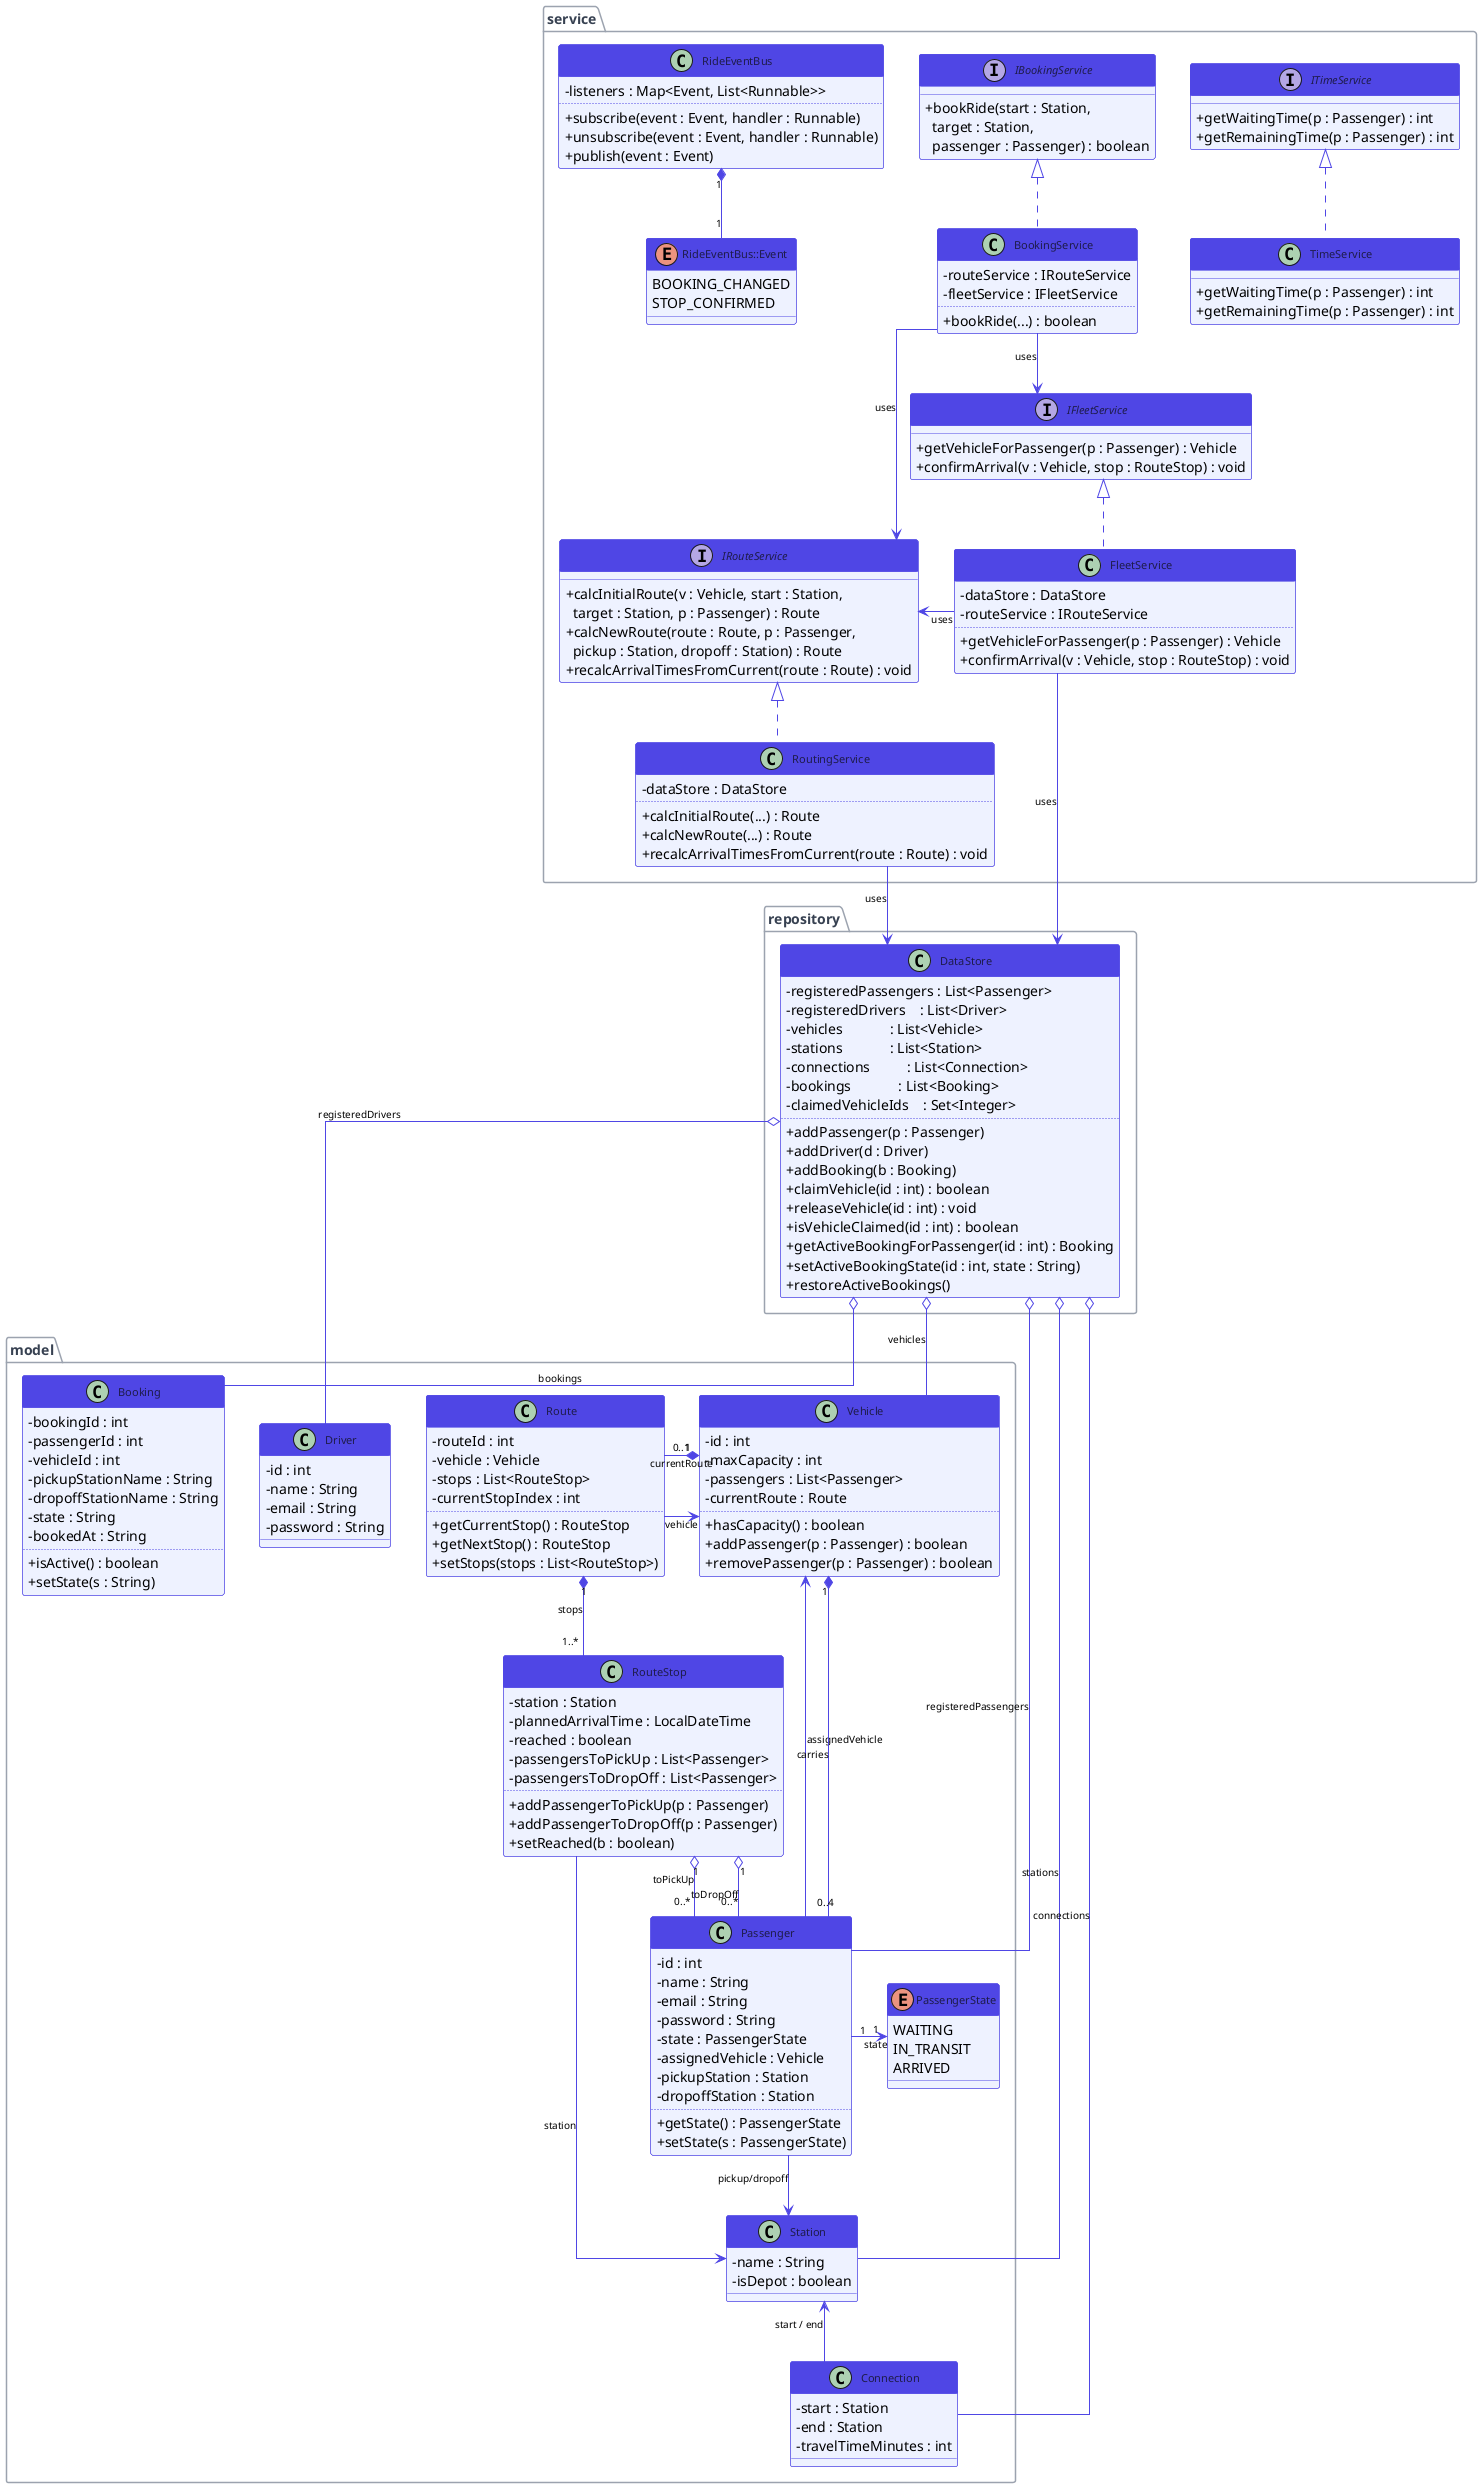
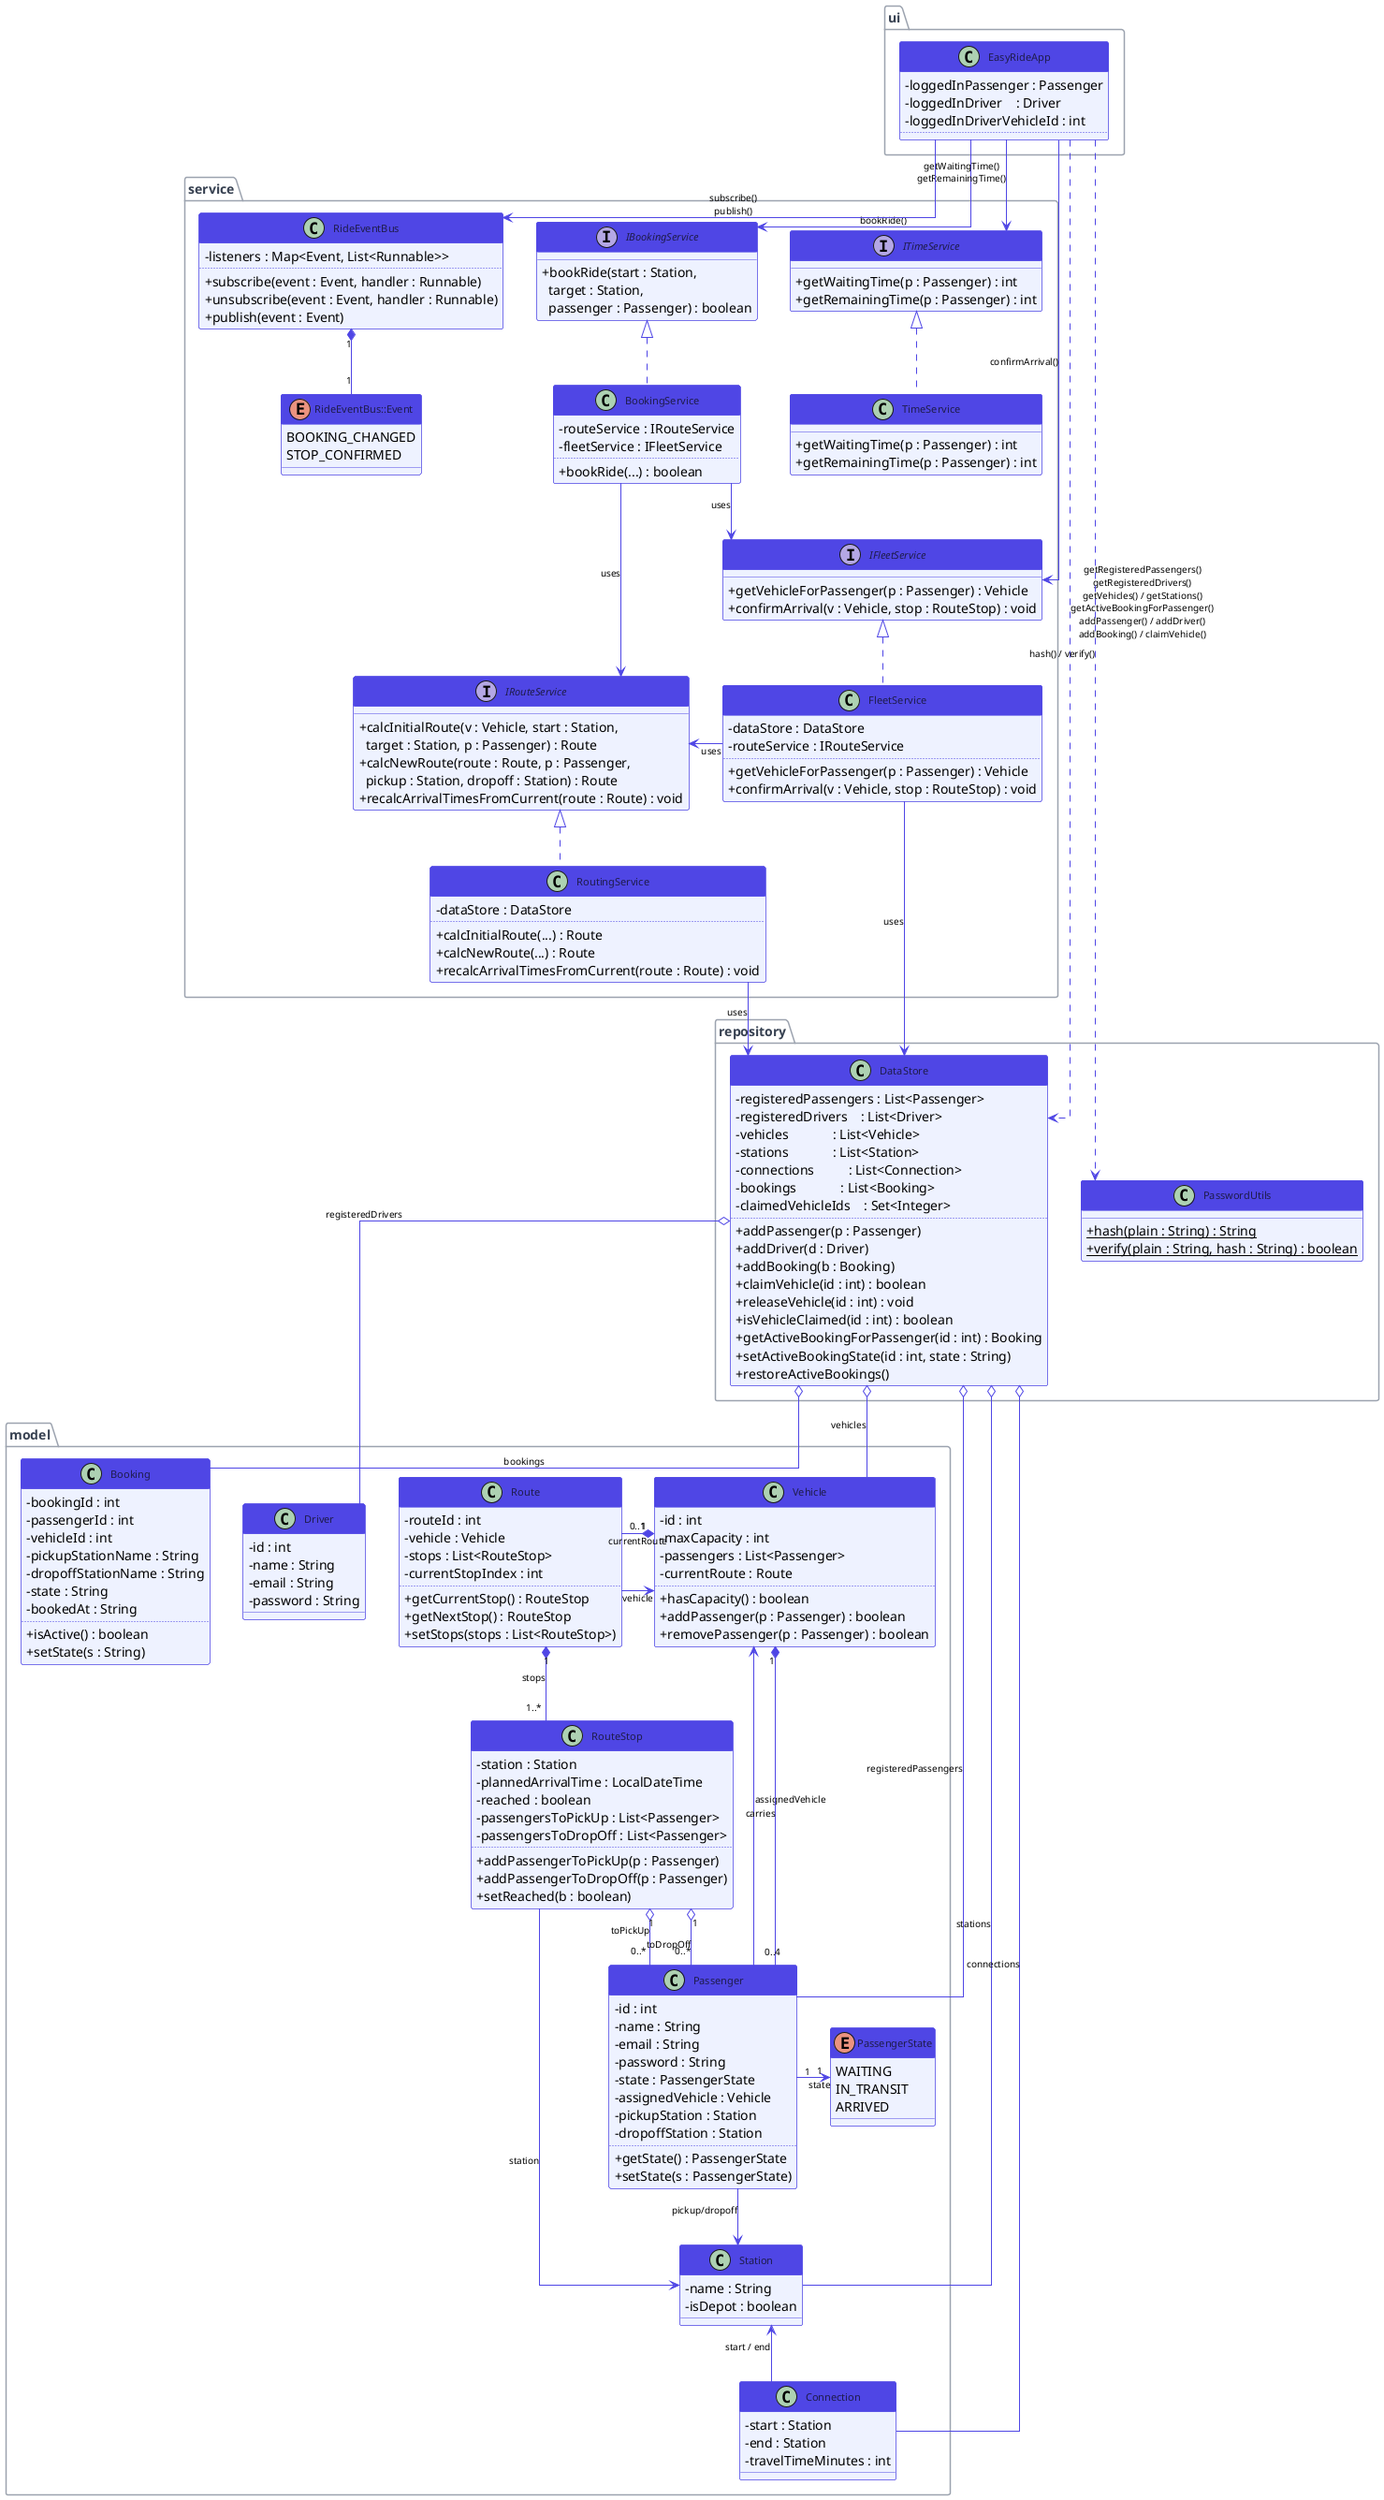
@startuml EasyRide_Klassendiagramm

skinparam classAttributeIconSize 0
skinparam shadowing false
skinparam linetype ortho
skinparam class {
    BackgroundColor #EEF2FF
    BorderColor     #4F46E5
    FontSize        11
    FontName        "Segoe UI"
    HeaderBackgroundColor #4F46E5
    FontColor       #1E1B4B
    HeaderFontColor white
}
skinparam interface {
    BackgroundColor #D1FAE5
    BorderColor     #059669
    HeaderBackgroundColor #059669
    HeaderFontColor white
}
skinparam enum {
    BackgroundColor #FEF3C7
    BorderColor     #B45309
    HeaderBackgroundColor #B45309
    HeaderFontColor white
}
skinparam package {
    BackgroundColor #FFFFFF
    BorderColor     #9CA3AF
    FontColor       #374151
    FontStyle       bold
}
skinparam arrow {
    Color #4F46E5
    FontSize 10
}

' ╔══════════════════════════════════════════════════╗
' ║  PAKET: model                                     ║
' ╚══════════════════════════════════════════════════╝
package "model" {

    enum PassengerState {
        WAITING
        IN_TRANSIT
        ARRIVED
    }

    class Passenger {
        - id : int
        - name : String
        - email : String
        - password : String
        - state : PassengerState
        - assignedVehicle : Vehicle
        - pickupStation : Station
        - dropoffStation : Station
        ..
        + getState() : PassengerState
        + setState(s : PassengerState)
    }

    class Driver {
        - id : int
        - name : String
        - email : String
        - password : String
    }

    class Vehicle {
        - id : int
        - maxCapacity : int
        - passengers : List<Passenger>
        - currentRoute : Route
        ..
        + hasCapacity() : boolean
        + addPassenger(p : Passenger) : boolean
        + removePassenger(p : Passenger) : boolean
    }

    class Station {
        - name : String
        - isDepot : boolean
    }

    class Connection {
        - start : Station
        - end : Station
        - travelTimeMinutes : int
    }

    class Route {
        - routeId : int
        - vehicle : Vehicle
        - stops : List<RouteStop>
        - currentStopIndex : int
        ..
        + getCurrentStop() : RouteStop
        + getNextStop() : RouteStop
        + setStops(stops : List<RouteStop>)
    }

    class RouteStop {
        - station : Station
        - plannedArrivalTime : LocalDateTime
        - reached : boolean
        - passengersToPickUp : List<Passenger>
        - passengersToDropOff : List<Passenger>
        ..
        + addPassengerToPickUp(p : Passenger)
        + addPassengerToDropOff(p : Passenger)
        + setReached(b : boolean)
    }

    class Booking {
        - bookingId : int
        - passengerId : int
        - vehicleId : int
        - pickupStationName : String
        - dropoffStationName : String
        - state : String
        - bookedAt : String
        ..
        + isActive() : boolean
        + setState(s : String)
    }
}

' ╔══════════════════════════════════════════════════╗
' ║  PAKET: service                                   ║
' ╚══════════════════════════════════════════════════╝
package "service" {

    interface IBookingService {
        + bookRide(start : Station,\n  target : Station,\n  passenger : Passenger) : boolean
    }

    interface IFleetService {
        + getVehicleForPassenger(p : Passenger) : Vehicle
        + confirmArrival(v : Vehicle, stop : RouteStop) : void
    }

    interface IRouteService {
        + calcInitialRoute(v : Vehicle, start : Station,\n  target : Station, p : Passenger) : Route
        + calcNewRoute(route : Route, p : Passenger,\n  pickup : Station, dropoff : Station) : Route
        + recalcArrivalTimesFromCurrent(route : Route) : void
    }

    interface ITimeService {
        + getWaitingTime(p : Passenger) : int
        + getRemainingTime(p : Passenger) : int
    }

    class BookingService {
        - routeService : IRouteService
        - fleetService : IFleetService
        ..
        + bookRide(...) : boolean
    }

    class FleetService {
        - dataStore : DataStore
        - routeService : IRouteService
        ..
        + getVehicleForPassenger(p : Passenger) : Vehicle
        + confirmArrival(v : Vehicle, stop : RouteStop) : void
    }

    class RoutingService {
        - dataStore : DataStore
        ..
        + calcInitialRoute(...) : Route
        + calcNewRoute(...) : Route
        + recalcArrivalTimesFromCurrent(route : Route) : void
    }

    class TimeService {
        + getWaitingTime(p : Passenger) : int
        + getRemainingTime(p : Passenger) : int
    }

    class RideEventBus {
        - listeners : Map<Event, List<Runnable>>
        ..
        + subscribe(event : Event, handler : Runnable)
        + unsubscribe(event : Event, handler : Runnable)
        + publish(event : Event)
    }

    enum "RideEventBus::Event" as RideEvent {
        BOOKING_CHANGED
        STOP_CONFIRMED
    }
}

' ╔══════════════════════════════════════════════════╗
+ ' ║  PAKET: ui                                        ║
+ ' ╚══════════════════════════════════════════════════╝
+ package "ui" {
+ 
+     class EasyRideApp {
+         - loggedInPassenger : Passenger
+         - loggedInDriver    : Driver
+         - loggedInDriverVehicleId : int
+         ..
+         ' Kunde: Fahrt buchen, Status einsehen
+         ' Fahrer: Schicht starten, Haltepunkte bestätigen
+         ' Simulation: manuelles Testen der Route
+     }
+ }
+ 
+ ' ╔══════════════════════════════════════════════════╗
' ║  PAKET: repository                                ║
' ╚══════════════════════════════════════════════════╝
package "repository" {
+ 
+     class PasswordUtils {
+         + {static} hash(plain : String) : String
+         + {static} verify(plain : String, hash : String) : boolean
+     }

    class DataStore {
        - registeredPassengers : List<Passenger>
        - registeredDrivers    : List<Driver>
        - vehicles             : List<Vehicle>
        - stations             : List<Station>
        - connections          : List<Connection>
        - bookings             : List<Booking>
        - claimedVehicleIds    : Set<Integer>
        ..
        + addPassenger(p : Passenger)
        + addDriver(d : Driver)
        + addBooking(b : Booking)
        + claimVehicle(id : int) : boolean
        + releaseVehicle(id : int) : void
        + isVehicleClaimed(id : int) : boolean
        + getActiveBookingForPassenger(id : int) : Booking
        + setActiveBookingState(id : int, state : String)
        + restoreActiveBookings()
    }
}

' ╔══════════════════════════════════════════════════╗
' ║  BEZIEHUNGEN — Model-intern                       ║
' ╚══════════════════════════════════════════════════╝

' Passenger ↔ PassengerState
Passenger "1" -right-> "1" PassengerState : state

' Passenger → Station (Abholung / Ziel)
Passenger -down-> Station : pickup/dropoff

' Passenger → Vehicle (zugewiesen nach Buchung)
Passenger -left-> Vehicle : assignedVehicle

' Vehicle ↔ Passenger (bidirektional: fährt / ist an Bord)
Vehicle "1" *-down- "0..4" Passenger : carries

' Vehicle ↔ Route
Vehicle "1" *-right- "0..1" Route : currentRoute

' Route → Vehicle (Rückreferenz)
Route -left-> Vehicle : vehicle

' Route ↔ RouteStop
Route "1" *-down- "1..*" RouteStop : stops

' RouteStop → Station
RouteStop -right-> Station : station

' RouteStop → Passenger (Wartende / Fahrende)
RouteStop "1" o-down- "0..*" Passenger : toPickUp
RouteStop "1" o-down- "0..*" Passenger : toDropOff

' Connection → Station (Start & Ende)
Connection -up-> Station : start / end

' ╔══════════════════════════════════════════════════╗
' ║  BEZIEHUNGEN — Service-Implementierungen          ║
' ╚══════════════════════════════════════════════════╝

BookingService .up.|> IBookingService
FleetService   .up.|> IFleetService
RoutingService .up.|> IRouteService
TimeService    .up.|> ITimeService

' Abhängigkeiten zwischen Services
BookingService -right-> IRouteService : uses
BookingService -down->  IFleetService : uses

FleetService   -right-> IRouteService : uses
FleetService   -down->  DataStore     : uses

RoutingService -down->  DataStore     : uses

' RideEventBus-Event
RideEventBus "1" *-down- "1" RideEvent

' ╔══════════════════════════════════════════════════╗
' ║  BEZIEHUNGEN — Repository                         ║
' ╚══════════════════════════════════════════════════╝

DataStore o-- Passenger  : registeredPassengers
DataStore o-- Driver     : registeredDrivers
DataStore o-- Vehicle    : vehicles
DataStore o-- Station    : stations
DataStore o-- Connection : connections
DataStore o-- Booking    : bookings

+ ' ╔══════════════════════════════════════════════════╗
+ ' ║  BEZIEHUNGEN — UI → Backend                       ║
+ ' ╚══════════════════════════════════════════════════╝
+ 
+ ' UI nutzt Service-Interfaces (über Instanzfelder)
+ EasyRideApp --> IBookingService : bookRide()
+ EasyRideApp --> IFleetService   : confirmArrival()
+ EasyRideApp --> ITimeService    : getWaitingTime()\ngetRemainingTime()
+ 
+ ' UI liest/schreibt DataStore direkt (via Main.getDatabase())
+ EasyRideApp ..> DataStore : getRegisteredPassengers()\ngetRegisteredDrivers()\ngetVehicles() / getStations()\ngetActiveBookingForPassenger()\naddPassenger() / addDriver()\naddBooking() / claimVehicle()
+ 
+ ' UI reagiert auf Events und löst sie aus
+ EasyRideApp --> RideEventBus : subscribe()\npublish()
+ 
+ ' UI nutzt PasswordUtils für Login & Registrierung
+ EasyRideApp ..> PasswordUtils : hash() / verify()
+ 
@enduml
